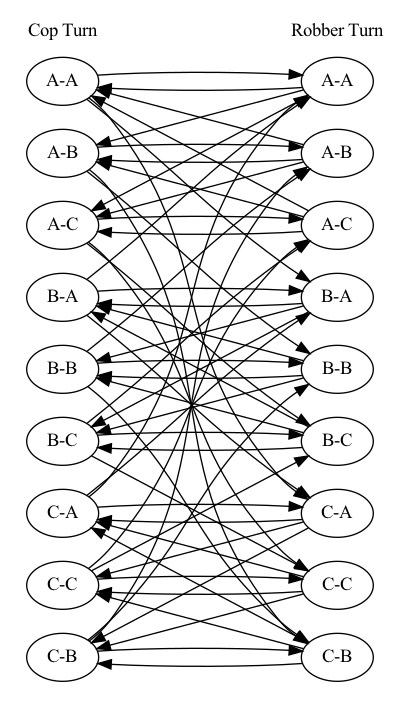
The Graphviz diagram graphViz/combo/triangleGraph.gv.png in extraPaul/cop-number-algorithm, before a commit. Its source is kept beside it as graphViz/combo/triangleGraph.gv.
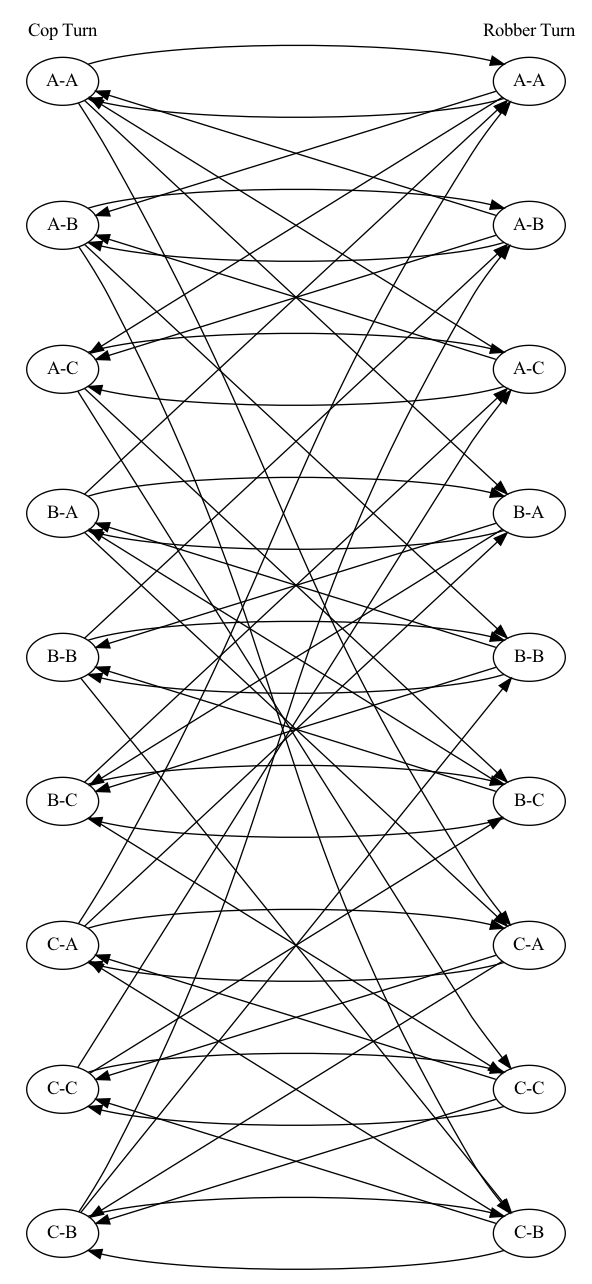
Above is the later version.

The edit, as a diff of the source:
```diff
@@ -80,5 +80,6 @@
 	"C-C-Rob" -> "C-B-Cop"
 	"C-C-Rob" -> "C-C-Cop"
 	rankdir=LR
-	ranksep=2
+	nodesep=1
+	ranksep=4
 }
```
